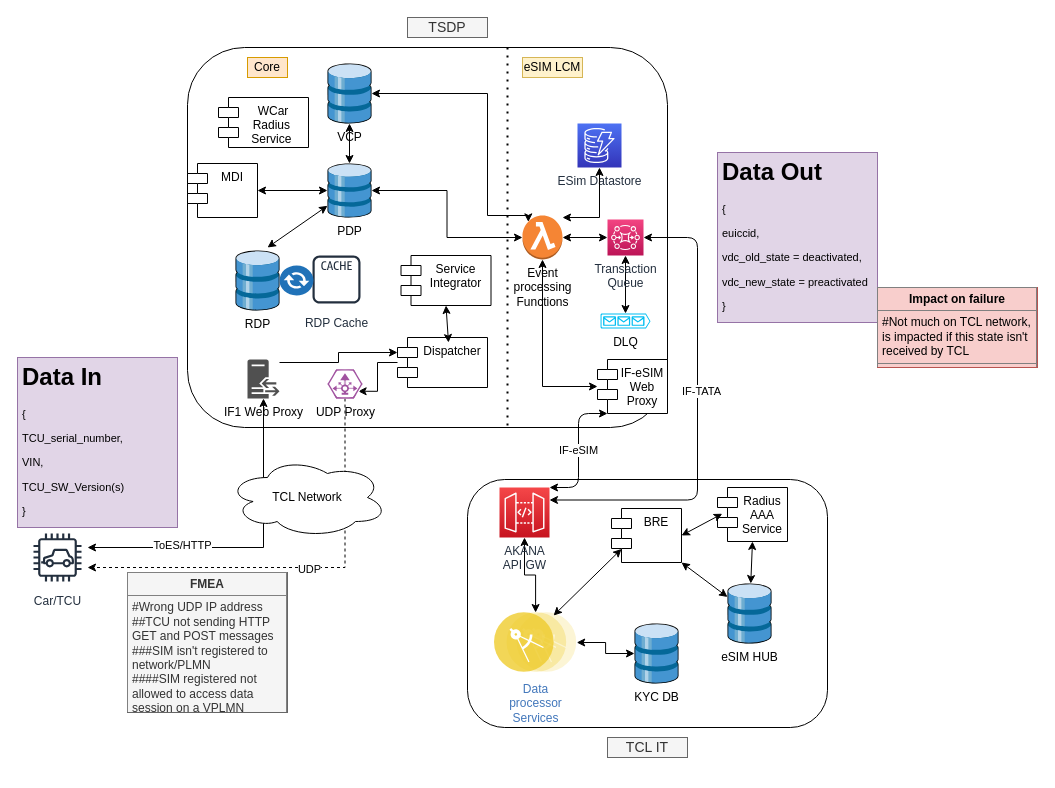
Above: page "GSM Comms Test" (3 of 12) of src/main/resources/VDC_eSIM_dataflow_WC_TCL.drawio in subhachat/CodeKata (draw.io), before the change. Source tidied: cells renumbered, new cells numbered last; positions are measured from the earlier drawing's top-left corner, leaving out a move shared by most shapes. Both pictures are drawn from the tidied source at 100%, with x=0, y=0 at pixel (17, 17).
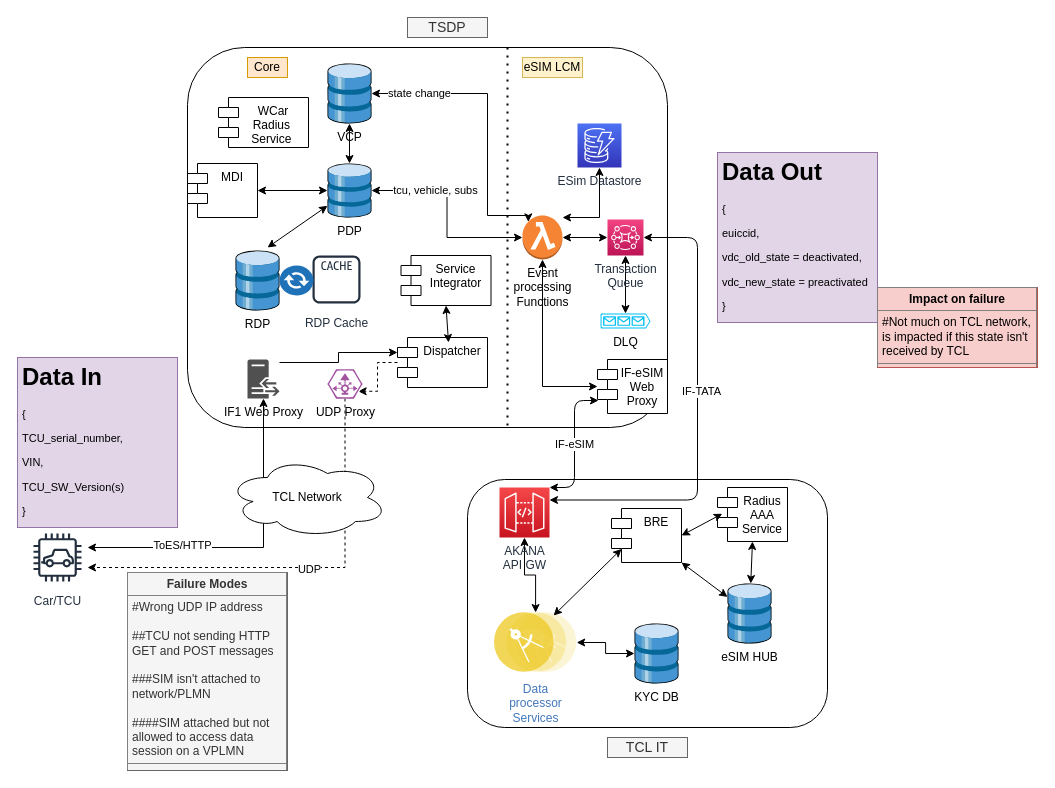
The same diagram, later.

The change refers to these unchanged cells:
```xml
<mxCell id="14" style="edgeStyle=orthogonalEdgeStyle;rounded=0;jettySize=auto;html=1;entryX=0;entryY=0.5;entryDx=0;entryDy=0;entryPerimeter=0;startArrow=classic;startFill=1;" parent="1" edge="1" source="15" target="37">
  <mxGeometry relative="1" as="geometry" />
</mxCell>
<mxCell id="17" style="edgeStyle=orthogonalEdgeStyle;rounded=0;jettySize=auto;html=1;entryX=0.145;entryY=0.145;entryDx=0;entryDy=0;entryPerimeter=0;startArrow=classic;startFill=1;" parent="1" edge="1" source="18" target="37">
  <mxGeometry relative="1" as="geometry">
    <Array as="points">
      <mxPoint x="470" y="76" />
      <mxPoint x="470" y="198" />
      <mxPoint x="511" y="198" />
    </Array>
  </mxGeometry>
</mxCell>
<mxCell id="20" value="Dispatcher" style="shape=module;align=left;spacingLeft=20;align=center;verticalAlign=top;" parent="1" vertex="1">
  <mxGeometry x="380" y="320" width="90" height="50" as="geometry" />
</mxCell>
<mxCell id="26" value="UDP Proxy" style="verticalLabelPosition=bottom;html=1;fillColor=#A153A0;strokeColor=#ffffff;verticalAlign=top;align=center;points=[[0,0.5,0],[0.125,0.25,0],[0.25,0,0],[0.5,0,0],[0.75,0,0],[0.875,0.25,0],[1,0.5,0],[0.875,0.75,0],[0.75,1,0],[0.5,1,0],[0.125,0.75,0]];shape=mxgraph.cisco_safe.compositeIcon;bgIcon=ellipse;resIcon=mxgraph.cisco_safe.design.udp_director_2;" parent="1" vertex="1">
  <mxGeometry x="310" y="352" width="35" height="29" as="geometry" />
</mxCell>
<mxCell id="34" value="IF-eSIM &#10;Web &#10;Proxy" style="shape=module;align=left;spacingLeft=20;align=center;verticalAlign=top;" parent="1" vertex="1">
  <mxGeometry x="580" y="342" width="70" height="54" as="geometry" />
</mxCell>
<mxCell id="40" value="AKANA &lt;br&gt;API GW" style="points=[[0,0,0],[0.25,0,0],[0.5,0,0],[0.75,0,0],[1,0,0],[0,1,0],[0.25,1,0],[0.5,1,0],[0.75,1,0],[1,1,0],[0,0.25,0],[0,0.5,0],[0,0.75,0],[1,0.25,0],[1,0.5,0],[1,0.75,0]];outlineConnect=0;fontColor=#232F3E;gradientColor=#F54749;gradientDirection=north;fillColor=#C7131F;strokeColor=#ffffff;dashed=0;verticalLabelPosition=bottom;verticalAlign=top;align=center;html=1;fontSize=12;fontStyle=0;shape=mxgraph.aws4.resourceIcon;resIcon=mxgraph.aws4.api_gateway;" parent="1" vertex="1">
  <mxGeometry x="482" y="470" width="50" height="50" as="geometry" />
</mxCell>
```

Diff of the diagram source:
```diff
@@
+    <mxCell id="62" value="tcu, vehicle, subs" style="edgeLabel;html=1;align=center;verticalAlign=middle;" parent="14" vertex="1">
+      <mxGeometry x="-0.36" y="1" relative="1" as="geometry" />
+    </mxCell>
@@
+    <mxCell id="63" value="state change" style="edgeLabel;html=1;align=center;verticalAlign=middle;" parent="17" vertex="1">
+      <mxGeometry x="-0.4" relative="1" as="geometry">
+        <mxPoint x="-38.3" y="-0.1" as="offset" />
+      </mxGeometry>
+    </mxCell>
@@
-    <mxCell id="19" style="edgeStyle=orthogonalEdgeStyle;rounded=0;jettySize=auto;html=1;entryX=0.875;entryY=0.75;entryDx=0;entryDy=0;entryPerimeter=0;" parent="1" edge="1" source="20" target="26">
+    <mxCell id="19" style="edgeStyle=orthogonalEdgeStyle;rounded=0;jettySize=auto;html=1;entryX=0.875;entryY=0.75;entryDx=0;entryDy=0;entryPerimeter=0;dashed=1;" parent="1" edge="1" source="20" target="26">
       <mxGeometry relative="1" as="geometry" />
     </mxCell>
@@
-    <mxCell id="55" value="IF-eSIM" style="edgeStyle=elbowEdgeStyle;elbow=horizontal;endArrow=classic;html=1;entryX=0;entryY=1;entryDx=10;entryDy=0;entryPerimeter=0;exitX=1;exitY=0;exitDx=0;exitDy=0;exitPerimeter=0;startArrow=classic;startFill=1;" parent="1" edge="1" source="40" target="34">
-      <mxGeometry relative="1" as="geometry" />
+    <mxCell id="55" value="IF-eSIM" style="edgeStyle=elbowEdgeStyle;elbow=horizontal;endArrow=classic;html=1;exitX=1;exitY=0;exitDx=0;exitDy=0;exitPerimeter=0;startArrow=classic;startFill=1;" parent="1" edge="1" source="40">
+      <mxGeometry relative="1" as="geometry">
+        <mxPoint x="581" y="383" as="targetPoint" />
+      </mxGeometry>
     </mxCell>
@@
-    <mxCell id="61" value="&lt;table border=&quot;1&quot; width=&quot;100%&quot; cellpadding=&quot;4&quot; style=&quot;width: 100% ; height: 100% ; border-collapse: collapse&quot;&gt;&lt;tbody&gt;&lt;tr&gt;&lt;th align=&quot;center&quot;&gt;FMEA&lt;/th&gt;&lt;/tr&gt;&lt;tr&gt;&lt;td&gt;#Wrong UDP IP address&lt;br&gt;##TCU not sending HTTP GET and POST messages&lt;br&gt;###SIM isn't registered to network/PLMN&lt;br&gt;####SIM registered not allowed to access data session on a VPLMN&lt;/td&gt;&lt;/tr&gt;&lt;tr&gt;&lt;td&gt;&lt;br&gt;&lt;/td&gt;&lt;/tr&gt;&lt;/tbody&gt;&lt;/table&gt;" style="text;html=1;strokeColor=#666666;fillColor=#f5f5f5;overflow=fill;whiteSpace=wrap;fontColor=#333333;" parent="1" vertex="1">
-      <mxGeometry x="110" y="555" width="160" height="140" as="geometry" />
+    <mxCell id="61" value="&lt;table border=&quot;1&quot; width=&quot;100%&quot; cellpadding=&quot;4&quot; style=&quot;width: 100% ; height: 100% ; border-collapse: collapse&quot;&gt;&lt;tbody&gt;&lt;tr&gt;&lt;th align=&quot;center&quot;&gt;Failure Modes&lt;/th&gt;&lt;/tr&gt;&lt;tr&gt;&lt;td&gt;#Wrong UDP IP address&lt;br&gt;&lt;br&gt;##TCU not sending HTTP GET and POST messages&lt;br&gt;&lt;br&gt;###SIM isn't attached to network/PLMN&lt;br&gt;&lt;br&gt;####SIM attached but not allowed to access data session on a VPLMN&lt;/td&gt;&lt;/tr&gt;&lt;tr&gt;&lt;td&gt;&lt;br&gt;&lt;/td&gt;&lt;/tr&gt;&lt;/tbody&gt;&lt;/table&gt;" style="text;html=1;strokeColor=#666666;fillColor=#f5f5f5;overflow=fill;whiteSpace=wrap;fontColor=#333333;" parent="1" vertex="1">
+      <mxGeometry x="110" y="555" width="160" height="198" as="geometry" />
     </mxCell>
```
